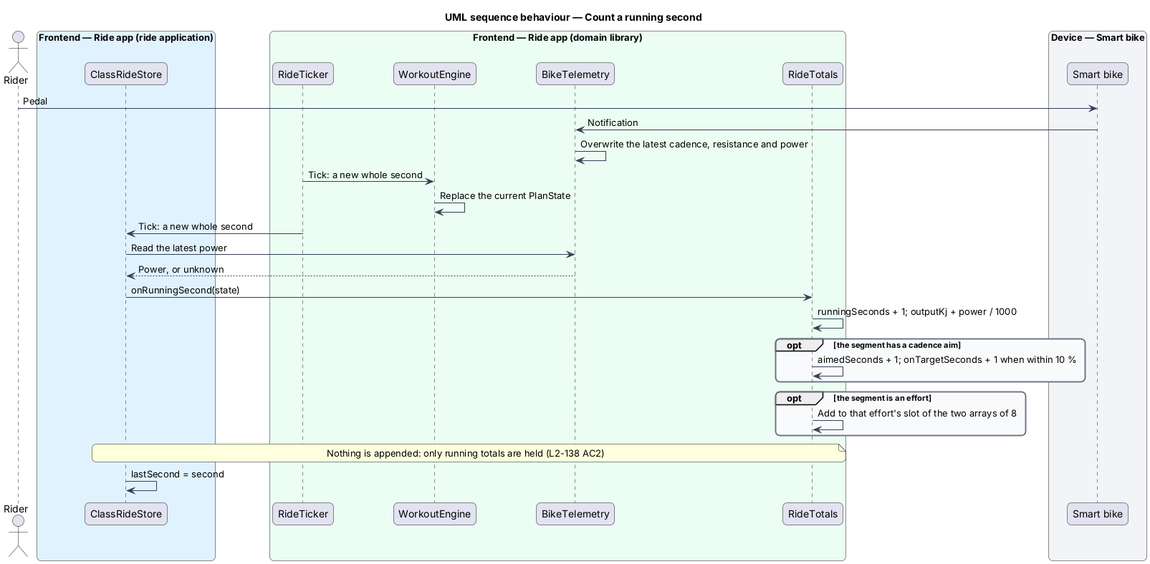
Before: docs/detailed-designs/performance/stay-smooth-on-long-rides/diagrams/sequence-count-a-running-second.png, a diagram exported from PlantUML (QuinntyneBrown/ride-one). Source of this version:
```plantuml
@startuml
title UML sequence behaviour — Count a running second
skinparam backgroundColor #FFFFFF
skinparam shadowing false
skinparam roundcorner 12
skinparam defaultFontName Arial
skinparam ArrowColor #344054
skinparam rectangle {
  BorderColor #344054
  FontColor #101828
}
skinparam package {
  BorderColor #667085
  FontColor #101828
  BackgroundColor #F9FAFB
}
actor "Rider" as rider
box "Frontend — Ride app (ride application)" #E0F2FE
  participant "ClassRideStore" as store
end box
box "Frontend — Ride app (domain library)" #ECFDF3
  participant "RideTicker" as ticker
  participant "WorkoutEngine" as engine
  participant "BikeTelemetry" as telemetry
  participant "RideTotals" as totals
end box
box "Device — Smart bike" #F2F4F7
  participant "Smart bike" as bike
end box
rider -> bike : Pedal
bike -> telemetry : Notification
telemetry -> telemetry : Overwrite the latest cadence, resistance and power
ticker -> engine : Tick: a new whole second
engine -> engine : Replace the current PlanState
ticker -> store : Tick: a new whole second
store -> telemetry : Read the latest power
telemetry --> store : Power, or unknown
store -> totals : onRunningSecond(state)
totals -> totals : runningSeconds + 1; outputKj + power / 1000
opt the segment has a cadence aim
  totals -> totals : aimedSeconds + 1; onTargetSeconds + 1 when within 10 %
end
opt the segment is an effort
  totals -> totals : Add to that effort's slot of the two arrays of 8
end
note over store, totals : Nothing is appended: only running totals are held (L2-138 AC2)
store -> store : lastSecond = second
@enduml
```
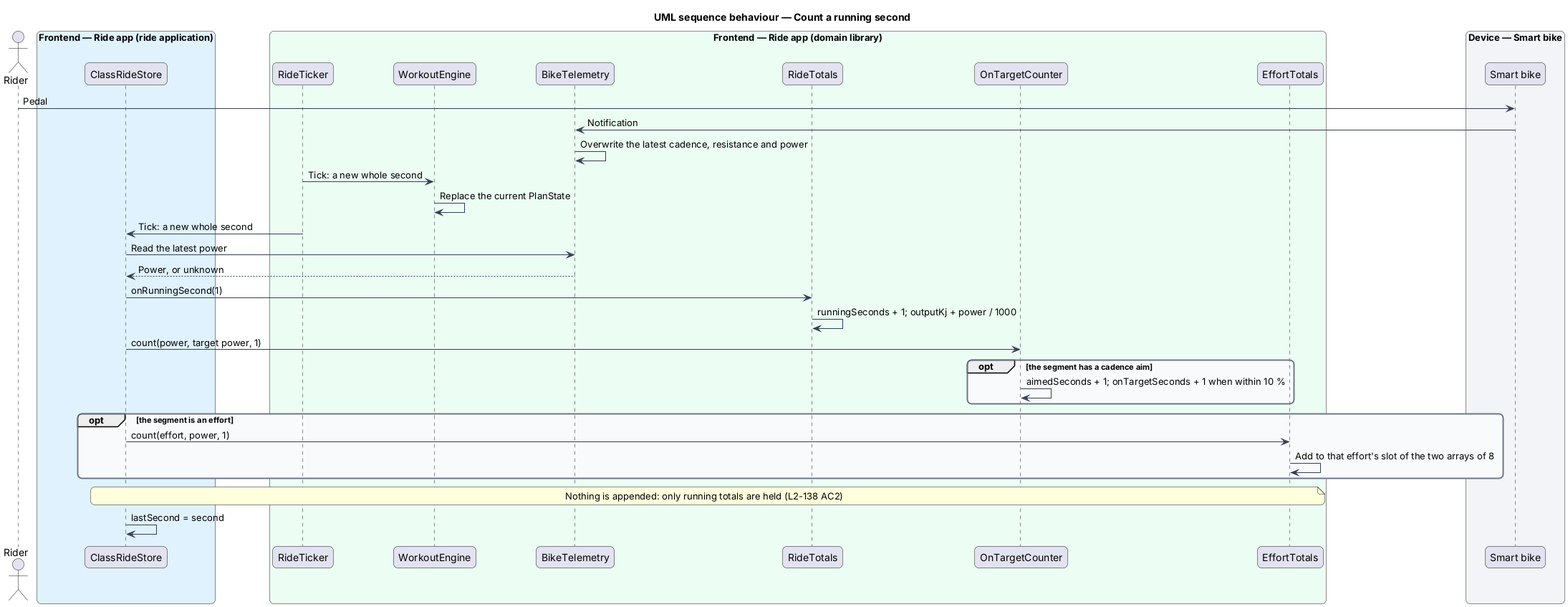
Above is the later version.

Diff of the diagram source:
```diff
@@ -23,6 +23,8 @@
   participant "WorkoutEngine" as engine
   participant "BikeTelemetry" as telemetry
   participant "RideTotals" as totals
+  participant "OnTargetCounter" as counter
+  participant "EffortTotals" as efforts
 end box
 box "Device — Smart bike" #F2F4F7
   participant "Smart bike" as bike
@@ -35,14 +37,16 @@
 ticker -> store : Tick: a new whole second
 store -> telemetry : Read the latest power
 telemetry --> store : Power, or unknown
-store -> totals : onRunningSecond(state)
+store -> totals : onRunningSecond(1)
 totals -> totals : runningSeconds + 1; outputKj + power / 1000
+store -> counter : count(power, target power, 1)
 opt the segment has a cadence aim
-  totals -> totals : aimedSeconds + 1; onTargetSeconds + 1 when within 10 %
+  counter -> counter : aimedSeconds + 1; onTargetSeconds + 1 when within 10 %
 end
 opt the segment is an effort
-  totals -> totals : Add to that effort's slot of the two arrays of 8
+  store -> efforts : count(effort, power, 1)
+  efforts -> efforts : Add to that effort's slot of the two arrays of 8
 end
-note over store, totals : Nothing is appended: only running totals are held (L2-138 AC2)
+note over store, efforts : Nothing is appended: only running totals are held (L2-138 AC2)
 store -> store : lastSecond = second
 @enduml
```
